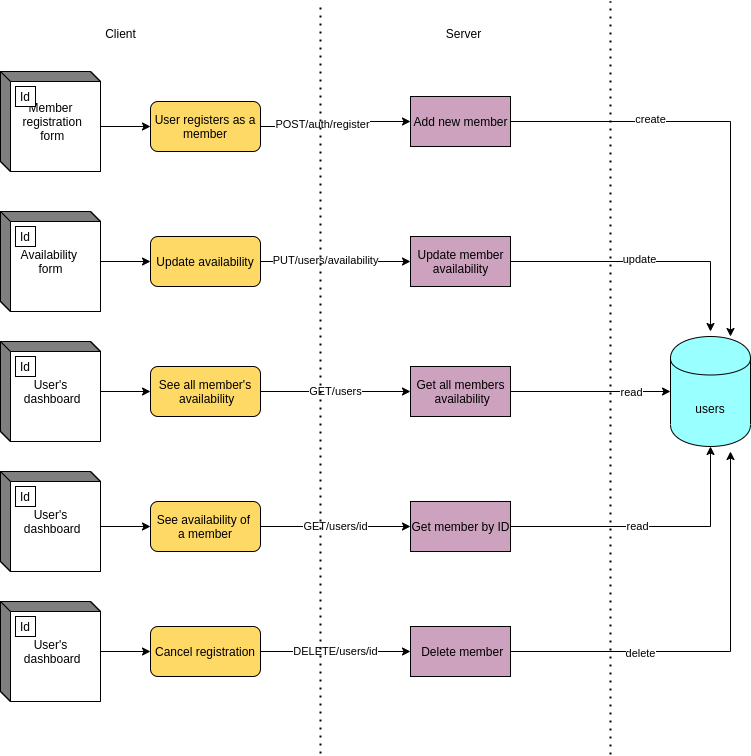
Before: images/dataflow-diagram.png, a diagram exported from draw.io (MGorin84/SynchIT-documentation). Source tidied: cells renumbered, new cells last; positions are measured from the earlier drawing's top-left corner, leaving out a move shared by most shapes.
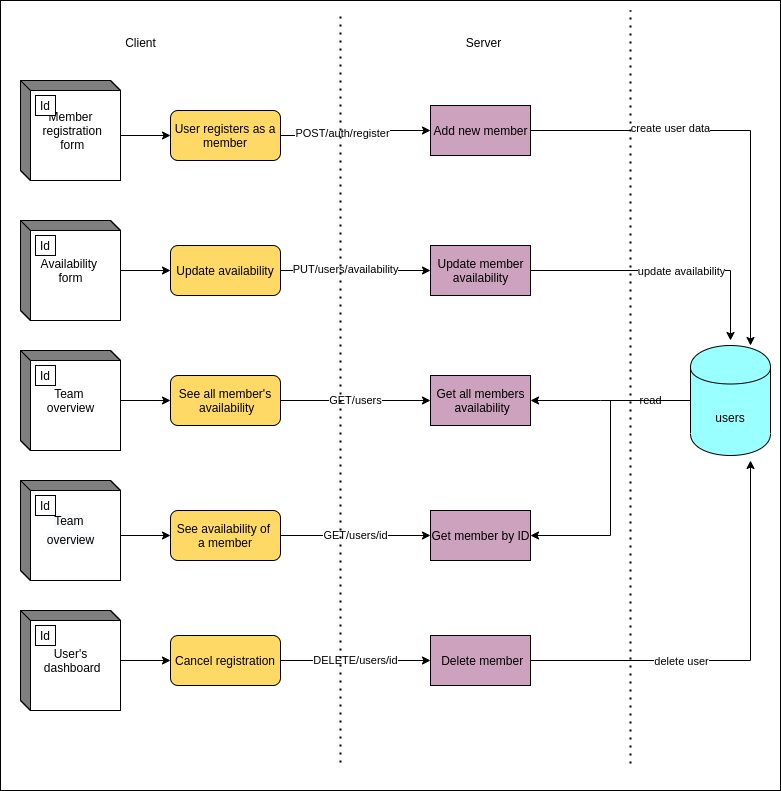
Above is the later version.

Change to the diagram source:
```diff
@@ -2,176 +2,186 @@
   <root>
     <mxCell id="0" />
     <mxCell id="1" parent="0" />
-    <mxCell id="2" value="users" style="shape=cylinder;whiteSpace=wrap;html=1;boundedLbl=1;backgroundOutline=1;fillColor=#99FFFF;" parent="1" vertex="1">
-      <mxGeometry x="670" y="335" width="80" height="110" as="geometry" />
+    <mxCell id="2" style="rounded=0;whiteSpace=wrap;html=1;" parent="1" vertex="1">
+      <mxGeometry x="-20" y="-10" width="780" height="790" as="geometry" />
     </mxCell>
-    <mxCell id="3" style="edgeStyle=orthogonalEdgeStyle;rounded=0;jettySize=auto;html=1;exitX=0;exitY=0;exitDx=100;exitDy=55;exitPerimeter=0;" parent="1" edge="1" source="4" target="22">
-      <mxGeometry relative="1" as="geometry" />
+    <mxCell id="3" value="read" style="edgeStyle=orthogonalEdgeStyle;rounded=0;jettySize=auto;html=1;entryX=1;entryY=0.5;entryDx=0;entryDy=0;" parent="1" edge="1" source="5" target="20">
+      <mxGeometry x="0.12" y="-50" relative="1" as="geometry">
+        <Array as="points">
+          <mxPoint x="580" y="390" />
+          <mxPoint x="580" y="390" />
+        </Array>
+        <mxPoint x="50" y="50" as="offset" />
+      </mxGeometry>
     </mxCell>
-    <mxCell id="4" value="Member&lt;br&gt;&amp;nbsp;registration&lt;br&gt;&amp;nbsp;form" style="html=1;dashed=0;whitespace=wrap;shape=mxgraph.dfd.externalEntity;" parent="1" vertex="1">
-      <mxGeometry y="70" width="100" height="100" as="geometry" />
+    <mxCell id="4" style="edgeStyle=orthogonalEdgeStyle;rounded=0;jettySize=auto;html=1;entryX=1;entryY=0.5;entryDx=0;entryDy=0;" parent="1" edge="1" source="5" target="39">
+      <mxGeometry relative="1" as="geometry">
+        <Array as="points">
+          <mxPoint x="590" y="390" />
+          <mxPoint x="590" y="525" />
+        </Array>
+      </mxGeometry>
     </mxCell>
-    <mxCell id="5" value="Id" style="strokeColor=inherit;fillColor=inherit;gradientColor=inherit;" parent="4" vertex="1">
-      <mxGeometry width="20" height="20" relative="1" as="geometry">
-        <mxPoint x="15" y="15" as="offset" />
-      </mxGeometry>
+    <mxCell id="5" value="users" style="shape=cylinder;whiteSpace=wrap;html=1;boundedLbl=1;backgroundOutline=1;fillColor=#99FFFF;" parent="1" vertex="1">
+      <mxGeometry x="670" y="335" width="80" height="110" as="geometry" />
     </mxCell>
-    <mxCell id="6" style="edgeStyle=orthogonalEdgeStyle;rounded=0;jettySize=auto;html=1;entryX=0;entryY=0.5;entryDx=0;entryDy=0;" parent="1" edge="1" source="7" target="27">
+    <mxCell id="6" style="edgeStyle=orthogonalEdgeStyle;rounded=0;jettySize=auto;html=1;exitX=0;exitY=0;exitDx=100;exitDy=55;exitPerimeter=0;" parent="1" edge="1" source="7" target="23">
       <mxGeometry relative="1" as="geometry" />
     </mxCell>
-    <mxCell id="7" value="Availability&amp;nbsp;&lt;br&gt;form" style="html=1;dashed=0;whitespace=wrap;shape=mxgraph.dfd.externalEntity;" parent="1" vertex="1">
-      <mxGeometry y="210" width="100" height="100" as="geometry" />
+    <mxCell id="7" value="Member&lt;br&gt;&amp;nbsp;registration&lt;br&gt;&amp;nbsp;form" style="html=1;dashed=0;whitespace=wrap;shape=mxgraph.dfd.externalEntity;" parent="1" vertex="1">
+      <mxGeometry y="70" width="100" height="100" as="geometry" />
     </mxCell>
     <mxCell id="8" value="Id" style="strokeColor=inherit;fillColor=inherit;gradientColor=inherit;" parent="7" vertex="1">
       <mxGeometry width="20" height="20" relative="1" as="geometry">
         <mxPoint x="15" y="15" as="offset" />
       </mxGeometry>
     </mxCell>
-    <mxCell id="9" style="edgeStyle=orthogonalEdgeStyle;rounded=0;jettySize=auto;html=1;entryX=0;entryY=0.5;entryDx=0;entryDy=0;" parent="1" edge="1" source="10" target="24">
+    <mxCell id="9" style="edgeStyle=orthogonalEdgeStyle;rounded=0;jettySize=auto;html=1;entryX=0;entryY=0.5;entryDx=0;entryDy=0;" parent="1" edge="1" source="10" target="28">
       <mxGeometry relative="1" as="geometry" />
     </mxCell>
-    <mxCell id="10" value="User's&lt;br&gt;&amp;nbsp;dashboard" style="html=1;dashed=0;whitespace=wrap;shape=mxgraph.dfd.externalEntity;" parent="1" vertex="1">
-      <mxGeometry y="340" width="100" height="100" as="geometry" />
+    <mxCell id="10" value="Availability&amp;nbsp;&lt;br&gt;form" style="html=1;dashed=0;whitespace=wrap;shape=mxgraph.dfd.externalEntity;" parent="1" vertex="1">
+      <mxGeometry y="210" width="100" height="100" as="geometry" />
     </mxCell>
     <mxCell id="11" value="Id" style="strokeColor=inherit;fillColor=inherit;gradientColor=inherit;" parent="10" vertex="1">
       <mxGeometry width="20" height="20" relative="1" as="geometry">
         <mxPoint x="15" y="15" as="offset" />
       </mxGeometry>
     </mxCell>
-    <mxCell id="12" style="edgeStyle=orthogonalEdgeStyle;rounded=0;jettySize=auto;html=1;exitX=1;exitY=0.5;exitDx=0;exitDy=0;entryX=0.75;entryY=0;entryDx=0;entryDy=0;entryPerimeter=0;" parent="1" edge="1" source="14" target="2">
+    <mxCell id="12" style="edgeStyle=orthogonalEdgeStyle;rounded=0;jettySize=auto;html=1;entryX=0;entryY=0.5;entryDx=0;entryDy=0;" parent="1" edge="1" source="13" target="25">
       <mxGeometry relative="1" as="geometry" />
     </mxCell>
-    <mxCell id="13" value="create" style="edgeLabel;html=1;align=center;verticalAlign=middle;points=[];" parent="12" vertex="1">
-      <mxGeometry x="-0.36" y="3" relative="1" as="geometry" />
+    <mxCell id="13" value="Team &lt;br&gt;overview" style="html=1;dashed=0;whitespace=wrap;shape=mxgraph.dfd.externalEntity;" parent="1" vertex="1">
+      <mxGeometry y="340" width="100" height="100" as="geometry" />
     </mxCell>
-    <mxCell id="14" value="Add new member" style="html=1;dashed=0;whitespace=wrap;fillColor=#CDA2BE;" parent="1" vertex="1">
-      <mxGeometry x="410" y="95" width="100" height="50" as="geometry" />
+    <mxCell id="14" value="Id" style="strokeColor=inherit;fillColor=inherit;gradientColor=inherit;" parent="13" vertex="1">
+      <mxGeometry width="20" height="20" relative="1" as="geometry">
+        <mxPoint x="15" y="15" as="offset" />
+      </mxGeometry>
     </mxCell>
-    <mxCell id="15" style="edgeStyle=orthogonalEdgeStyle;rounded=0;jettySize=auto;html=1;" parent="1" edge="1" source="48">
-      <mxGeometry relative="1" as="geometry">
-        <mxPoint x="710" y="330" as="targetPoint" />
-      </mxGeometry>
+    <mxCell id="15" style="edgeStyle=orthogonalEdgeStyle;rounded=0;jettySize=auto;html=1;exitX=1;exitY=0.5;exitDx=0;exitDy=0;entryX=0.75;entryY=0;entryDx=0;entryDy=0;entryPerimeter=0;" parent="1" edge="1" source="17" target="5">
+      <mxGeometry relative="1" as="geometry" />
     </mxCell>
-    <mxCell id="16" value="update" style="edgeLabel;html=1;align=center;verticalAlign=middle;" parent="15" vertex="1">
-      <mxGeometry x="-0.05" y="3" relative="1" as="geometry" />
+    <mxCell id="16" value="create user data" style="edgeLabel;html=1;align=center;verticalAlign=middle;" parent="15" vertex="1">
+      <mxGeometry x="-0.36" y="3" relative="1" as="geometry" />
     </mxCell>
-    <mxCell id="17" style="edgeStyle=orthogonalEdgeStyle;rounded=0;jettySize=auto;html=1;entryX=0;entryY=0.5;entryDx=0;entryDy=0;" parent="1" edge="1" source="19" target="2">
-      <mxGeometry relative="1" as="geometry" />
+    <mxCell id="17" value="Add new member" style="html=1;dashed=0;whitespace=wrap;fillColor=#CDA2BE;" parent="1" vertex="1">
+      <mxGeometry x="410" y="95" width="100" height="50" as="geometry" />
     </mxCell>
-    <mxCell id="18" value="read" style="edgeLabel;html=1;align=center;verticalAlign=middle;" parent="17" vertex="1">
-      <mxGeometry x="0.29" y="2" relative="1" as="geometry">
-        <mxPoint x="17" y="2" as="offset" />
+    <mxCell id="18" style="edgeStyle=orthogonalEdgeStyle;rounded=0;jettySize=auto;html=1;" parent="1" edge="1" source="47">
+      <mxGeometry relative="1" as="geometry">
+        <mxPoint x="710" y="330" as="targetPoint" />
       </mxGeometry>
     </mxCell>
-    <mxCell id="19" value="Get all members&lt;br&gt;&amp;nbsp;availability" style="html=1;dashed=0;whitespace=wrap;fillColor=#CDA2BE;" parent="1" vertex="1">
-      <mxGeometry x="410" y="365" width="100" height="50" as="geometry" />
+    <mxCell id="19" value="update availability" style="edgeLabel;html=1;align=center;verticalAlign=middle;points=[];" parent="18" vertex="1">
+      <mxGeometry x="-0.05" y="3" relative="1" as="geometry">
+        <mxPoint x="22" y="3" as="offset" />
+      </mxGeometry>
     </mxCell>
-    <mxCell id="20" style="edgeStyle=orthogonalEdgeStyle;rounded=0;jettySize=auto;html=1;exitX=1;exitY=0.5;exitDx=0;exitDy=0;entryX=0;entryY=0.5;entryDx=0;entryDy=0;" parent="1" edge="1" source="22" target="14">
-      <mxGeometry relative="1" as="geometry" />
+    <mxCell id="20" value="Get all members&lt;br&gt;&amp;nbsp;availability" style="html=1;dashed=0;whitespace=wrap;fillColor=#CDA2BE;" parent="1" vertex="1">
+      <mxGeometry x="410" y="365" width="100" height="50" as="geometry" />
     </mxCell>
-    <mxCell id="21" value="POST/auth/register" style="edgeLabel;html=1;align=center;verticalAlign=middle;" parent="20" vertex="1">
-      <mxGeometry x="-0.21" y="3" relative="1" as="geometry" />
+    <mxCell id="21" style="edgeStyle=orthogonalEdgeStyle;rounded=0;jettySize=auto;html=1;exitX=1;exitY=0.5;exitDx=0;exitDy=0;entryX=0;entryY=0.5;entryDx=0;entryDy=0;" parent="1" edge="1" source="23" target="17">
+      <mxGeometry relative="1" as="geometry" />
     </mxCell>
-    <mxCell id="22" value="User registers as a member" style="rounded=1;whiteSpace=wrap;html=1;fillColor=#FFD966;" parent="1" vertex="1">
-      <mxGeometry x="150" y="100" width="110" height="50" as="geometry" />
+    <mxCell id="22" value="POST/auth/register" style="edgeLabel;html=1;align=center;verticalAlign=middle;points=[];" parent="21" vertex="1">
+      <mxGeometry x="-0.21" y="3" relative="1" as="geometry" />
     </mxCell>
-    <mxCell id="23" value="GET/users" style="edgeStyle=orthogonalEdgeStyle;rounded=0;jettySize=auto;html=1;entryX=0;entryY=0.5;entryDx=0;entryDy=0;" parent="1" edge="1" source="24" target="19">
-      <mxGeometry relative="1" as="geometry" />
+    <mxCell id="23" value="User registers as a member" style="rounded=1;whiteSpace=wrap;html=1;fillColor=#FFD966;" parent="1" vertex="1">
+      <mxGeometry x="150" y="100" width="110" height="50" as="geometry" />
     </mxCell>
-    <mxCell id="24" value="See all member's&lt;br&gt;&amp;nbsp;availability" style="rounded=1;whiteSpace=wrap;html=1;fillColor=#FFD966;" parent="1" vertex="1">
-      <mxGeometry x="150" y="365" width="110" height="50" as="geometry" />
+    <mxCell id="24" value="GET/users" style="edgeStyle=orthogonalEdgeStyle;rounded=0;jettySize=auto;html=1;entryX=0;entryY=0.5;entryDx=0;entryDy=0;" parent="1" edge="1" source="25" target="20">
+      <mxGeometry relative="1" as="geometry" />
     </mxCell>
-    <mxCell id="25" style="edgeStyle=orthogonalEdgeStyle;rounded=0;jettySize=auto;html=1;entryX=0;entryY=0.5;entryDx=0;entryDy=0;" parent="1" edge="1" source="27" target="48">
-      <mxGeometry relative="1" as="geometry" />
+    <mxCell id="25" value="See all member's&lt;br&gt;&amp;nbsp;availability" style="rounded=1;whiteSpace=wrap;html=1;fillColor=#FFD966;" parent="1" vertex="1">
+      <mxGeometry x="150" y="365" width="110" height="50" as="geometry" />
     </mxCell>
-    <mxCell id="26" value="PUT/users/availability" style="edgeLabel;html=1;align=center;verticalAlign=middle;" parent="25" vertex="1">
-      <mxGeometry x="-0.15" y="2" relative="1" as="geometry" />
+    <mxCell id="26" style="edgeStyle=orthogonalEdgeStyle;rounded=0;jettySize=auto;html=1;entryX=0;entryY=0.5;entryDx=0;entryDy=0;" parent="1" edge="1" source="28" target="47">
+      <mxGeometry relative="1" as="geometry" />
     </mxCell>
-    <mxCell id="27" value="Update availability" style="rounded=1;whiteSpace=wrap;html=1;fillColor=#FFD966;" parent="1" vertex="1">
-      <mxGeometry x="150" y="235" width="110" height="50" as="geometry" />
+    <mxCell id="27" value="PUT/users/availability" style="edgeLabel;html=1;align=center;verticalAlign=middle;points=[];" parent="26" vertex="1">
+      <mxGeometry x="-0.15" y="2" relative="1" as="geometry" />
     </mxCell>
-    <mxCell id="28" style="edgeStyle=orthogonalEdgeStyle;rounded=0;jettySize=auto;html=1;entryX=0;entryY=0.5;entryDx=0;entryDy=0;" parent="1" edge="1" source="29" target="35">
-      <mxGeometry relative="1" as="geometry" />
+    <mxCell id="28" value="Update availability" style="rounded=1;whiteSpace=wrap;html=1;fillColor=#FFD966;" parent="1" vertex="1">
+      <mxGeometry x="150" y="235" width="110" height="50" as="geometry" />
     </mxCell>
-    <mxCell id="29" value="User's&lt;br&gt;&amp;nbsp;dashboard" style="html=1;dashed=0;whitespace=wrap;shape=mxgraph.dfd.externalEntity;" parent="1" vertex="1">
-      <mxGeometry y="600" width="100" height="100" as="geometry" />
+    <mxCell id="29" style="edgeStyle=orthogonalEdgeStyle;rounded=0;jettySize=auto;html=1;entryX=0;entryY=0.5;entryDx=0;entryDy=0;" parent="1" edge="1" source="30" target="36">
+      <mxGeometry relative="1" as="geometry" />
     </mxCell>
-    <mxCell id="30" value="Id" style="strokeColor=inherit;fillColor=inherit;gradientColor=inherit;" parent="29" vertex="1">
-      <mxGeometry width="20" height="20" relative="1" as="geometry">
-        <mxPoint x="15" y="15" as="offset" />
-      </mxGeometry>
+    <mxCell id="30" value="User's&lt;br&gt;&amp;nbsp;dashboard" style="html=1;dashed=0;whitespace=wrap;shape=mxgraph.dfd.externalEntity;" parent="1" vertex="1">
+      <mxGeometry y="600" width="100" height="100" as="geometry" />
     </mxCell>
-    <mxCell id="31" style="edgeStyle=orthogonalEdgeStyle;rounded=0;jettySize=auto;html=1;exitX=0;exitY=0;exitDx=100;exitDy=55;exitPerimeter=0;entryX=0;entryY=0.5;entryDx=0;entryDy=0;" parent="1" edge="1" source="32" target="37">
-      <mxGeometry relative="1" as="geometry" />
+    <mxCell id="31" value="Id" style="strokeColor=inherit;fillColor=inherit;gradientColor=inherit;" parent="30" vertex="1">
+      <mxGeometry width="20" height="20" relative="1" as="geometry">
+        <mxPoint x="15" y="15" as="offset" />
+      </mxGeometry>
     </mxCell>
-    <mxCell id="32" value="&lt;span&gt;User's&lt;br&gt;&amp;nbsp;dashboard&lt;/span&gt;" style="html=1;dashed=0;whitespace=wrap;shape=mxgraph.dfd.externalEntity;" parent="1" vertex="1">
-      <mxGeometry y="470" width="100" height="100" as="geometry" />
+    <mxCell id="32" style="edgeStyle=orthogonalEdgeStyle;rounded=0;jettySize=auto;html=1;exitX=0;exitY=0;exitDx=100;exitDy=55;exitPerimeter=0;entryX=0;entryY=0.5;entryDx=0;entryDy=0;" parent="1" edge="1" source="33" target="38">
+      <mxGeometry relative="1" as="geometry" />
     </mxCell>
-    <mxCell id="33" value="Id" style="strokeColor=inherit;fillColor=inherit;gradientColor=inherit;" parent="32" vertex="1">
-      <mxGeometry width="20" height="20" relative="1" as="geometry">
-        <mxPoint x="15" y="15" as="offset" />
-      </mxGeometry>
+    <mxCell id="33" value="&lt;div style=&quot;line-height: 19px&quot;&gt;&lt;font face=&quot;helvetica&quot;&gt;&lt;span style=&quot;background-color: rgb(248 , 249 , 250)&quot;&gt;Team&amp;nbsp;&lt;/span&gt;&lt;/font&gt;&lt;/div&gt;&lt;div style=&quot;line-height: 19px&quot;&gt;&lt;font face=&quot;helvetica&quot;&gt;&lt;span style=&quot;background-color: rgb(248 , 249 , 250)&quot;&gt;overview&lt;/span&gt;&lt;/font&gt;&lt;/div&gt;" style="html=1;dashed=0;whitespace=wrap;shape=mxgraph.dfd.externalEntity;" parent="1" vertex="1">
+      <mxGeometry y="470" width="100" height="100" as="geometry" />
     </mxCell>
-    <mxCell id="34" value="DELETE/users/id" style="edgeStyle=orthogonalEdgeStyle;rounded=0;jettySize=auto;html=1;exitX=1;exitY=0.5;exitDx=0;exitDy=0;entryX=0;entryY=0.5;entryDx=0;entryDy=0;" parent="1" edge="1" source="35" target="43">
-      <mxGeometry relative="1" as="geometry">
-        <Array as="points">
-          <mxPoint x="320" y="650" />
-          <mxPoint x="320" y="650" />
-        </Array>
+    <mxCell id="34" value="Id" style="strokeColor=inherit;fillColor=inherit;gradientColor=inherit;" parent="33" vertex="1">
+      <mxGeometry width="20" height="20" relative="1" as="geometry">
+        <mxPoint x="15" y="15" as="offset" />
       </mxGeometry>
     </mxCell>
-    <mxCell id="35" value="Cancel registration" style="rounded=1;whiteSpace=wrap;html=1;fillColor=#FFD966;" parent="1" vertex="1">
-      <mxGeometry x="150" y="625" width="110" height="50" as="geometry" />
+    <mxCell id="35" value="DELETE/users/id" style="edgeStyle=orthogonalEdgeStyle;rounded=0;jettySize=auto;html=1;exitX=1;exitY=0.5;exitDx=0;exitDy=0;entryX=0;entryY=0.5;entryDx=0;entryDy=0;" parent="1" edge="1" source="36" target="42">
+      <mxGeometry relative="1" as="geometry">
+        <Array as="points">
+          <mxPoint x="320" y="650" />
+          <mxPoint x="320" y="650" />
+        </Array>
+      </mxGeometry>
     </mxCell>
-    <mxCell id="36" value="GET/users/id" style="edgeStyle=orthogonalEdgeStyle;rounded=0;jettySize=auto;html=1;entryX=0;entryY=0.5;entryDx=0;entryDy=0;" parent="1" edge="1" source="37" target="40">
-      <mxGeometry relative="1" as="geometry" />
+    <mxCell id="36" value="Cancel registration" style="rounded=1;whiteSpace=wrap;html=1;fillColor=#FFD966;" parent="1" vertex="1">
+      <mxGeometry x="150" y="625" width="110" height="50" as="geometry" />
     </mxCell>
-    <mxCell id="37" value="See availability of&amp;nbsp;&lt;br&gt;a member" style="rounded=1;whiteSpace=wrap;html=1;fillColor=#FFD966;" parent="1" vertex="1">
-      <mxGeometry x="150" y="500" width="110" height="50" as="geometry" />
+    <mxCell id="37" value="GET/users/id" style="edgeStyle=orthogonalEdgeStyle;rounded=0;jettySize=auto;html=1;entryX=0;entryY=0.5;entryDx=0;entryDy=0;" parent="1" edge="1" source="38" target="39">
+      <mxGeometry relative="1" as="geometry" />
     </mxCell>
-    <mxCell id="38" style="edgeStyle=orthogonalEdgeStyle;rounded=0;jettySize=auto;html=1;entryX=0.5;entryY=1;entryDx=0;entryDy=0;" parent="1" edge="1" source="40" target="2">
-      <mxGeometry relative="1" as="geometry" />
+    <mxCell id="38" value="See availability of&amp;nbsp;&lt;br&gt;a member" style="rounded=1;whiteSpace=wrap;html=1;fillColor=#FFD966;" parent="1" vertex="1">
+      <mxGeometry x="150" y="500" width="110" height="50" as="geometry" />
     </mxCell>
-    <mxCell id="39" value="read" style="edgeLabel;html=1;align=center;verticalAlign=middle;points=[];" parent="38" vertex="1">
-      <mxGeometry x="-0.1" y="1" relative="1" as="geometry" />
+    <mxCell id="39" value="Get member by ID" style="html=1;dashed=0;whitespace=wrap;fillColor=#CDA2BE;" parent="1" vertex="1">
+      <mxGeometry x="410" y="500" width="100" height="50" as="geometry" />
     </mxCell>
-    <mxCell id="40" value="Get member by ID" style="html=1;dashed=0;whitespace=wrap;fillColor=#CDA2BE;" parent="1" vertex="1">
-      <mxGeometry x="410" y="500" width="100" height="50" as="geometry" />
+    <mxCell id="40" style="edgeStyle=orthogonalEdgeStyle;rounded=0;jettySize=auto;html=1;" parent="1" edge="1" source="42">
+      <mxGeometry relative="1" as="geometry">
+        <mxPoint x="730" y="450" as="targetPoint" />
+      </mxGeometry>
     </mxCell>
-    <mxCell id="41" style="edgeStyle=orthogonalEdgeStyle;rounded=0;jettySize=auto;html=1;" parent="1" edge="1" source="43">
-      <mxGeometry relative="1" as="geometry">
-        <mxPoint x="730" y="450" as="targetPoint" />
+    <mxCell id="41" value="delete user" style="edgeLabel;html=1;align=center;verticalAlign=middle;" parent="40" vertex="1">
+      <mxGeometry x="-0.38" y="-1" relative="1" as="geometry">
+        <mxPoint x="21" y="-1" as="offset" />
       </mxGeometry>
     </mxCell>
-    <mxCell id="42" value="delete" style="edgeLabel;html=1;align=center;verticalAlign=middle;points=[];" parent="41" vertex="1">
-      <mxGeometry x="-0.38" y="-1" relative="1" as="geometry" />
+    <mxCell id="42" value="&amp;nbsp;Delete member" style="html=1;dashed=0;whitespace=wrap;fillColor=#CDA2BE;" parent="1" vertex="1">
+      <mxGeometry x="410" y="625" width="100" height="50" as="geometry" />
     </mxCell>
-    <mxCell id="43" value="&amp;nbsp;Delete member" style="html=1;dashed=0;whitespace=wrap;fillColor=#CDA2BE;" parent="1" vertex="1">
-      <mxGeometry x="410" y="625" width="100" height="50" as="geometry" />
+    <mxCell id="43" style="endArrow=none;dashed=1;html=1;dashPattern=1 3;strokeWidth=2;" parent="1" edge="1">
+      <mxGeometry relative="1" as="geometry">
+        <mxPoint x="610" y="753" as="sourcePoint" />
+        <mxPoint x="610" as="targetPoint" />
+      </mxGeometry>
     </mxCell>
     <mxCell id="44" style="endArrow=none;dashed=1;html=1;dashPattern=1 3;strokeWidth=2;" parent="1" edge="1">
       <mxGeometry relative="1" as="geometry">
-        <mxPoint x="610" y="753" as="sourcePoint" />
-        <mxPoint x="610" as="targetPoint" />
+        <mxPoint x="320" y="752" as="sourcePoint" />
+        <mxPoint x="320" as="targetPoint" />
+        <Array as="points">
+          <mxPoint x="320" y="80" />
+        </Array>
       </mxGeometry>
     </mxCell>
-    <mxCell id="45" style="endArrow=none;dashed=1;html=1;dashPattern=1 3;strokeWidth=2;" parent="1" edge="1">
-      <mxGeometry relative="1" as="geometry">
-        <mxPoint x="320" y="752" as="sourcePoint" />
-        <mxPoint x="320" as="targetPoint" />
-        <Array as="points">
-          <mxPoint x="320" y="80" />
-        </Array>
-      </mxGeometry>
+    <mxCell id="45" value="Server" style="text;html=1;align=center;verticalAlign=middle;" parent="1" vertex="1">
+      <mxGeometry x="438" y="22" width="50" height="20" as="geometry" />
     </mxCell>
-    <mxCell id="46" value="Server" style="text;html=1;align=center;verticalAlign=middle;" parent="1" vertex="1">
-      <mxGeometry x="438" y="22" width="50" height="20" as="geometry" />
+    <mxCell id="46" value="Client" style="text;html=1;align=center;verticalAlign=middle;" parent="1" vertex="1">
+      <mxGeometry x="95" y="22" width="50" height="20" as="geometry" />
     </mxCell>
-    <mxCell id="47" value="Client" style="text;html=1;align=center;verticalAlign=middle;points=[];" parent="1" vertex="1">
-      <mxGeometry x="95" y="22" width="50" height="20" as="geometry" />
+    <mxCell id="47" value="Update member&lt;br&gt;availability" style="html=1;dashed=0;whitespace=wrap;fillColor=#CDA2BE;" parent="1" vertex="1">
+      <mxGeometry x="410" y="235" width="100" height="50" as="geometry" />
     </mxCell>
-    <mxCell id="48" value="Update member&lt;br&gt;availability" style="html=1;dashed=0;whitespace=wrap;fillColor=#CDA2BE;" parent="1" vertex="1">
-      <mxGeometry x="410" y="235" width="100" height="50" as="geometry" />
-    </mxCell>
   </root>
 </mxGraphModel>
```
